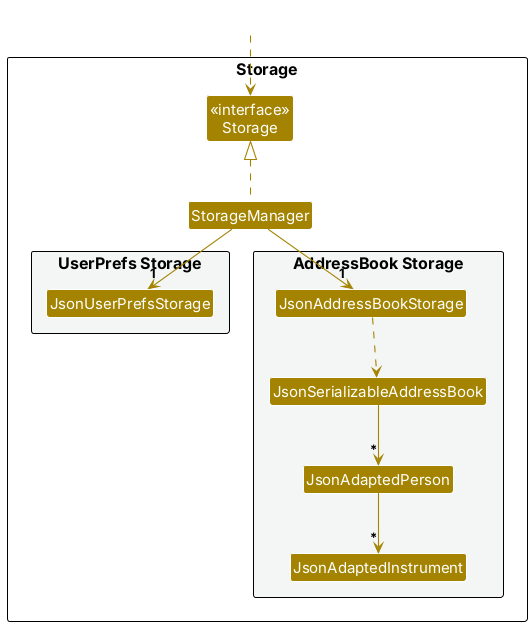
Above: docs/images/StorageClassDiagram.png in AY2627S1-CS2103T-T10-3/tp (PlantUML), before the change. The source it was exported from:
```plantuml
@startuml
!include style.puml
skinparam arrowThickness 1.1
skinparam arrowColor STORAGE_COLOR
skinparam classBackgroundColor STORAGE_COLOR

package Storage as StoragePackage {

Class "<<interface>>\nStorage" as Storage
Class StorageManager

package "UserPrefs Storage" #F4F6F6{
Class JsonUserPrefsStorage
}

package "AddressBook Storage" #F4F6F6{
Class JsonAddressBookStorage
Class JsonSerializableAddressBook
Class JsonAdaptedPerson
Class JsonAdaptedInstrument
}

}

Class HiddenOutside #FFFFFF
HiddenOutside ..> Storage

StorageManager .up.|> Storage
StorageManager -down-> "1" JsonUserPrefsStorage
StorageManager -down-> "1" JsonAddressBookStorage

JsonAddressBookStorage ..> JsonSerializableAddressBook
JsonSerializableAddressBook --> "*" JsonAdaptedPerson
JsonAdaptedPerson --> "*" JsonAdaptedInstrument

@enduml
```
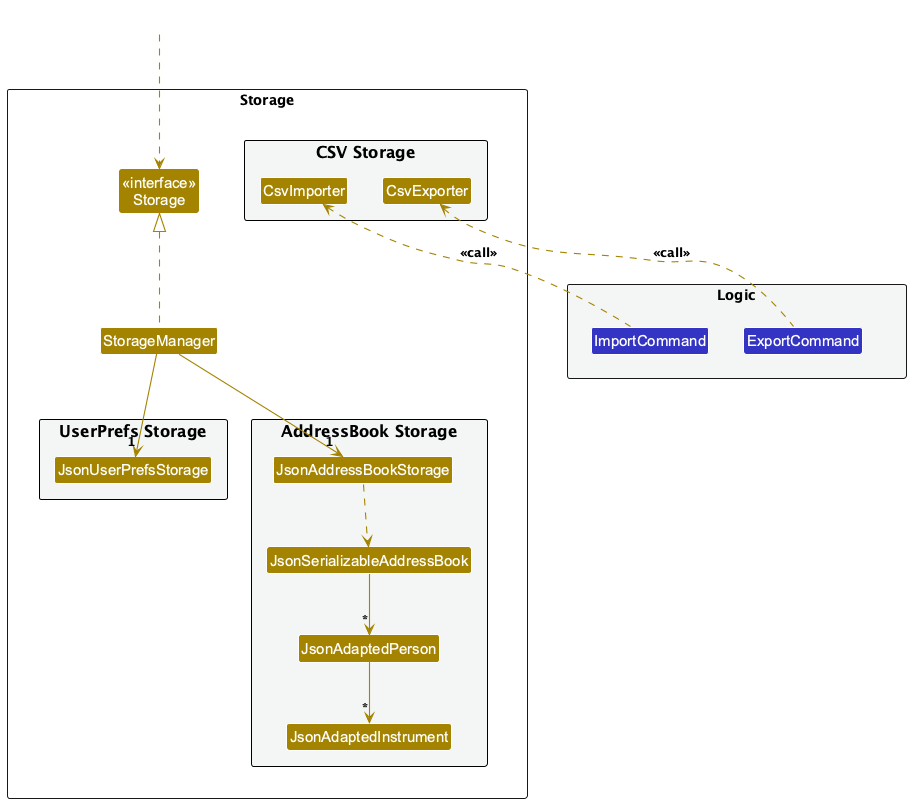
Above is the later version.

Commit message:
docs(dg): add CSV classes to storage diagram

Show CsvImporter and CsvExporter in a dedicated CSV Storage section, together with their dependencies from ImportCommand and ExportCommand. Regenerate the diagram image from the updated PlantUML source.

Diff of the diagram source:
```diff
@@ -20,6 +20,16 @@
 Class JsonAdaptedInstrument
 }
 
+package "CSV Storage" #F4F6F6{
+Class CsvImporter
+Class CsvExporter
+}
+
+}
+
+package Logic as LogicPackage #F4F6F6 {
+Class ImportCommand LOGIC_COLOR
+Class ExportCommand LOGIC_COLOR
 }
 
 Class HiddenOutside #FFFFFF
@@ -33,4 +43,11 @@
 JsonSerializableAddressBook --> "*" JsonAdaptedPerson
 JsonAdaptedPerson --> "*" JsonAdaptedInstrument
 
+ImportCommand .up.> CsvImporter : <<call>>
+ExportCommand .up.> CsvExporter : <<call>>
+
+CsvImporter -[hidden]right- CsvExporter
+ImportCommand -[hidden]right- ExportCommand
+StoragePackage -[hidden]down- LogicPackage
+
 @enduml
```
